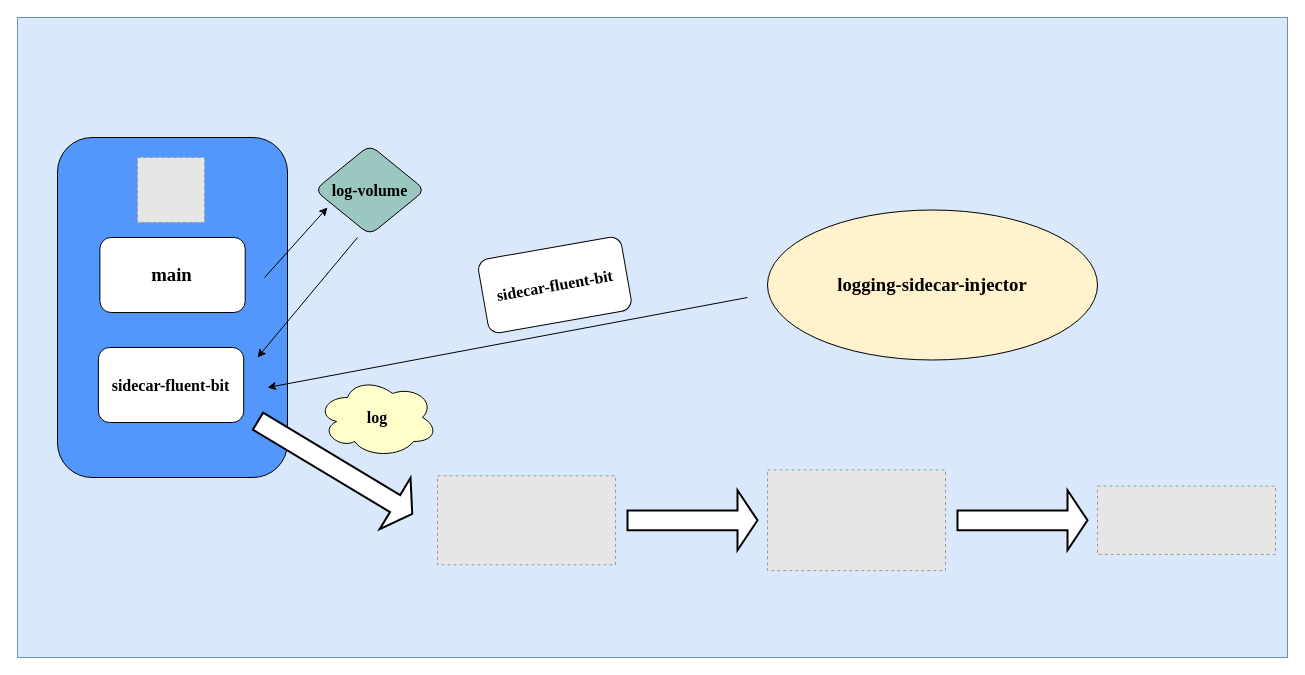
YanshanSong/draw.io keeps this draw.io diagram as logging-sidecar-injector Diagram.drawio. Above is the earlier version. Source tidied: cells renumbered, new cells numbered last; positions are measured from the earlier drawing's top-left corner, leaving out a move shared by most shapes. Both pictures are drawn from the tidied source at 100%, with x=0, y=0 at pixel (17, 17). Pictures stored in the file or linked from it are replaced by grey dashed boxes.
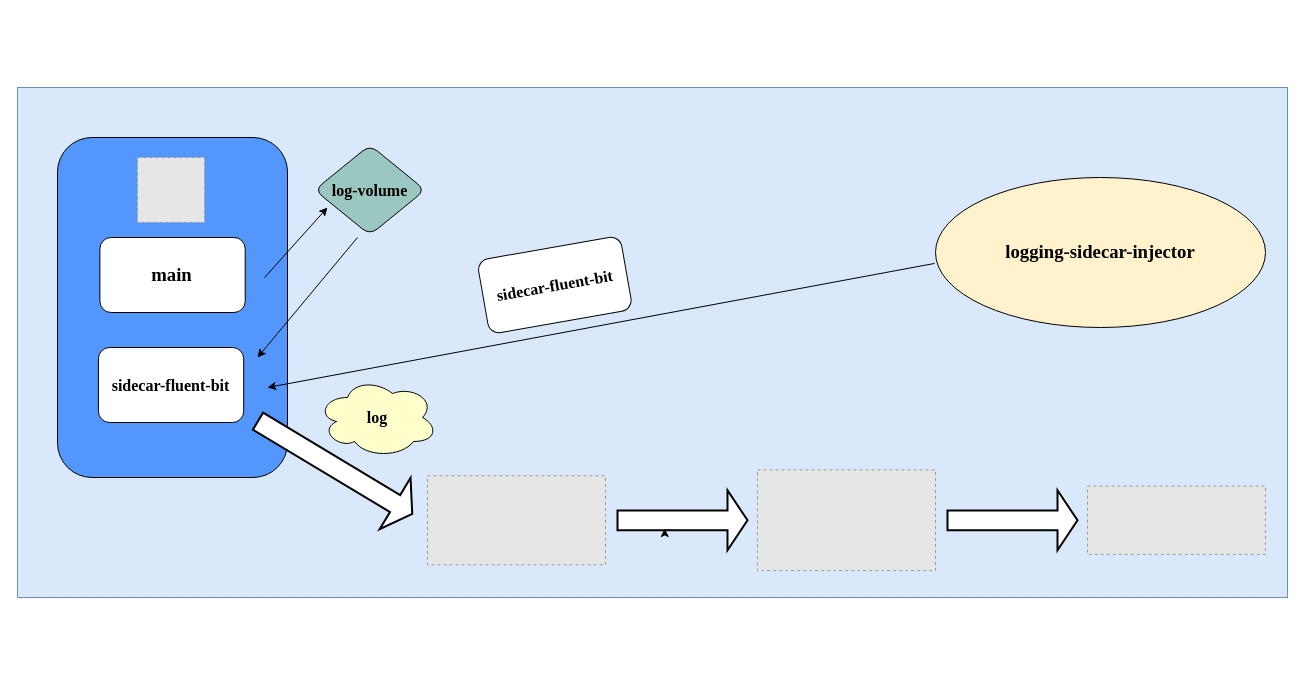
The same page after the edit.

Diff of the diagram source:
```diff
@@
     <mxCell id="2" style="rounded=0;whiteSpace=wrap;html=1;labelPosition=center;verticalLabelPosition=top;align=center;verticalAlign=bottom;fillColor=#dae8fc;strokeColor=#6c8ebf;" parent="1" vertex="1">
-      <mxGeometry width="1270" height="640" as="geometry" />
+      <mxGeometry y="70" width="1270" height="510" as="geometry" />
     </mxCell>
@@
     <mxCell id="12" style="html=1;shadow=0;dashed=0;align=center;verticalAlign=middle;shape=mxgraph.arrows2.arrow;dy=0.67;dx=20;notch=0;rounded=1;fontFamily=Times New Roman;fontSize=16;fillColor=#FFFFFF;fontColor=#333333;strokeColor=default;strokeWidth=2;" parent="1" vertex="1">
-      <mxGeometry x="610" y="472.8" width="130" height="60" as="geometry" />
+      <mxGeometry x="600" y="472.8" width="130" height="60" as="geometry" />
     </mxCell>
     <mxCell id="13" style="html=1;shadow=0;dashed=0;align=center;verticalAlign=middle;shape=mxgraph.arrows2.arrow;dy=0.67;dx=20;notch=0;rounded=1;fontFamily=Times New Roman;fontSize=16;fillColor=#FFFFFF;fontColor=#333333;strokeColor=default;strokeWidth=2;" parent="1" vertex="1">
-      <mxGeometry x="940" y="472.8" width="130" height="60" as="geometry" />
+      <mxGeometry x="930" y="472.8" width="130" height="60" as="geometry" />
     </mxCell>
     <mxCell id="14" value="&lt;h3&gt;logging-sidecar-injector&lt;/h3&gt;" style="ellipse;whiteSpace=wrap;html=1;rounded=1;fontFamily=Times New Roman;fontSize=16;strokeColor=#000000;strokeWidth=1;fillColor=#fff2cc;" parent="1" vertex="1">
-      <mxGeometry x="750" y="192.5" width="330" height="150" as="geometry" />
+      <mxGeometry x="918" y="160" width="330" height="150" as="geometry" />
     </mxCell>
     <mxCell id="15" style="fillColor=#E6E6E6;strokeColor=#999999;dashed=1;verticalLabelPosition=bottom;labelBackgroundColor=#ffffff;verticalAlign=top;" parent="1" vertex="1">
-      <mxGeometry x="420" y="458.3" width="178" height="89" as="geometry" />
+      <mxGeometry x="410" y="458.3" width="178" height="89" as="geometry" />
     </mxCell>
     <mxCell id="16" style="fillColor=#E6E6E6;strokeColor=#999999;dashed=1;verticalLabelPosition=bottom;labelBackgroundColor=#ffffff;verticalAlign=top;" parent="1" vertex="1">
-      <mxGeometry x="750" y="452.4" width="178" height="100.7" as="geometry" />
+      <mxGeometry x="740" y="452.4" width="178" height="100.7" as="geometry" />
     </mxCell>
-    <mxCell id="17" style="endArrow=classic;html=1;rounded=0;fontFamily=Times New Roman;fontSize=16;" parent="1" edge="1">
+    <mxCell id="17" style="endArrow=classic;html=1;rounded=0;fontFamily=Times New Roman;fontSize=16;exitX=-0.003;exitY=0.573;exitDx=0;exitDy=0;exitPerimeter=0;" parent="1" edge="1" source="14">
       <mxGeometry relative="1" as="geometry">
-        <mxPoint x="730" y="280" as="sourcePoint" />
         <mxPoint x="250" y="370" as="targetPoint" />
       </mxGeometry>
     </mxCell>
@@
     <mxCell id="19" style="fillColor=#E6E6E6;strokeColor=#999999;dashed=1;verticalLabelPosition=bottom;labelBackgroundColor=#ffffff;verticalAlign=top;" parent="1" vertex="1">
-      <mxGeometry x="1080" y="468.6" width="178" height="68.3" as="geometry" />
+      <mxGeometry x="1070" y="468.6" width="178" height="68.3" as="geometry" />
     </mxCell>
@@
+    <mxCell id="21" style="edgeStyle=orthogonalEdgeStyle;rounded=0;orthogonalLoop=1;jettySize=auto;html=1;exitX=0;exitY=0;exitDx=55;exitDy=39.9;exitPerimeter=0;entryX=0.362;entryY=0.637;entryDx=0;entryDy=0;entryPerimeter=0;fontFamily=Times New Roman;fontSize=16;" parent="1" edge="1" source="12" target="12">
+      <mxGeometry relative="1" as="geometry" />
+    </mxCell>
```
